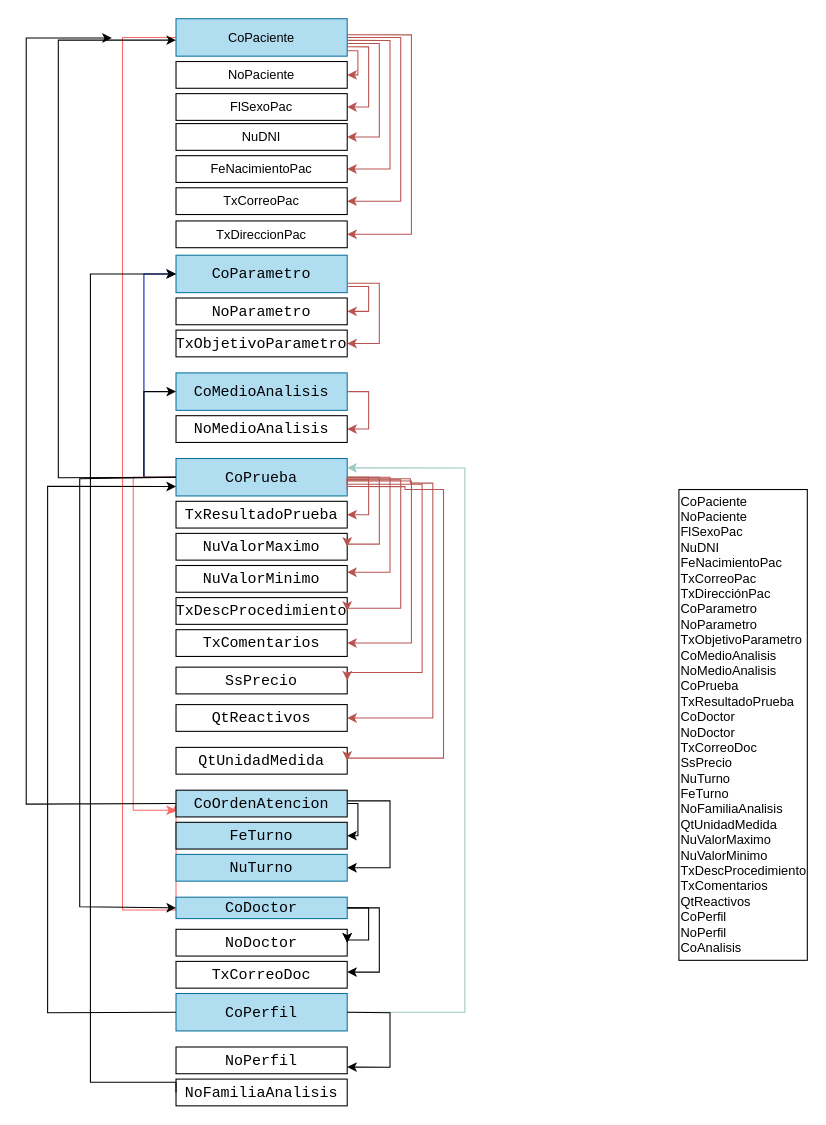
Before: page "Diagrama Funcional" (1 of 2) of Untitled Diagram.drawio in hrojasutani/test, a draw.io diagram. Source tidied: cells renumbered, new cells numbered last; positions are measured from the earlier drawing's top-left corner, leaving out a move shared by most shapes. Both pictures are drawn from the tidied source at 107%, with x=0, y=0 at pixel (26, 18).
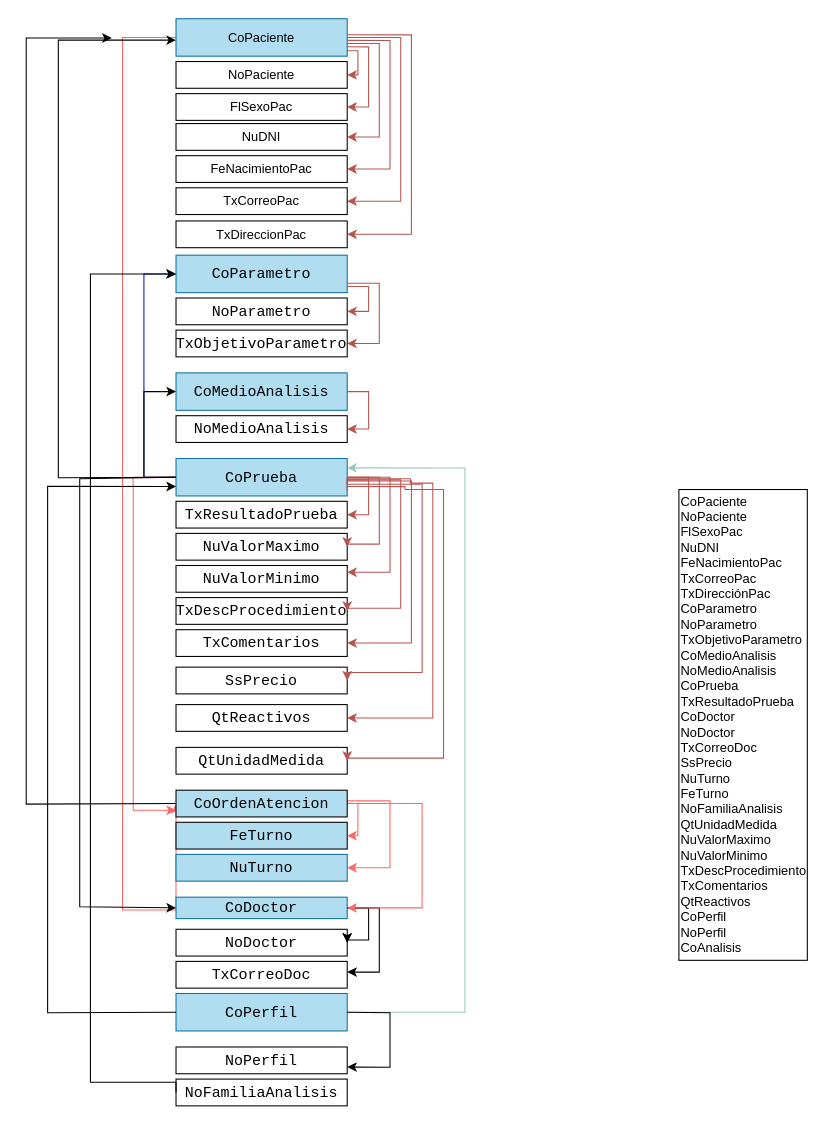
The same page after the edit.

The change refers to these unchanged cells:
```xml
<mxCell id="32" value="&lt;div style=&quot;font-family: Consolas, &amp;quot;Courier New&amp;quot;, monospace; font-size: 14px; line-height: 19px;&quot;&gt;&lt;div&gt;&lt;span style=&quot;&quot;&gt;CoDoctor&lt;/span&gt;&lt;/div&gt;&lt;/div&gt;" style="text;whiteSpace=wrap;html=1;verticalAlign=middle;align=center;labelBackgroundColor=none;fontStyle=0;strokeColor=#10739e;fillColor=#b1ddf0;" parent="1" vertex="1">
  <mxGeometry x="140" y="821" width="160" height="20" as="geometry" />
</mxCell>
<mxCell id="36" value="&lt;div style=&quot;font-family: Consolas, &amp;quot;Courier New&amp;quot;, monospace; font-size: 14px; line-height: 19px;&quot;&gt;&lt;div&gt;&lt;span style=&quot;&quot;&gt;NuTurno&lt;/span&gt;&lt;/div&gt;&lt;/div&gt;" style="text;whiteSpace=wrap;html=1;verticalAlign=middle;align=center;labelBackgroundColor=none;fontStyle=0;strokeColor=#10739E;fillColor=#B1DDF0;" parent="1" vertex="1">
  <mxGeometry x="140" y="781" width="160" height="25" as="geometry" />
</mxCell>
<mxCell id="37" value="&lt;div style=&quot;font-family: Consolas, &amp;quot;Courier New&amp;quot;, monospace; font-size: 14px; line-height: 19px;&quot;&gt;&lt;div&gt;&lt;span style=&quot;&quot;&gt;FeTurno&lt;/span&gt;&lt;/div&gt;&lt;/div&gt;" style="text;whiteSpace=wrap;html=1;verticalAlign=middle;align=center;fontColor=default;labelBackgroundColor=none;fontStyle=0;strokeColor=default;fillColor=#B1DDF0;" parent="1" vertex="1">
  <mxGeometry x="140" y="751" width="160" height="25" as="geometry" />
</mxCell>
<mxCell id="59" value="&lt;div style=&quot;font-family: Consolas, &amp;quot;Courier New&amp;quot;, monospace; font-size: 14px; line-height: 19px;&quot;&gt;&lt;div&gt;&lt;span style=&quot;&quot;&gt;CoOrdenAtencion&lt;/span&gt;&lt;/div&gt;&lt;/div&gt;" style="text;whiteSpace=wrap;html=1;verticalAlign=middle;align=center;fontColor=default;labelBackgroundColor=none;fontStyle=0;strokeColor=default;fillColor=#B1DDF0;" parent="1" vertex="1">
  <mxGeometry x="140" y="721" width="160" height="25" as="geometry" />
</mxCell>
```

Diff of the diagram source:
```diff
@@
-    <mxCell id="57" style="edgeStyle=orthogonalEdgeStyle;rounded=0;jettySize=auto;html=1;entryX=1;entryY=0.5;entryDx=0;entryDy=0;exitX=1;exitY=0.5;exitDx=0;exitDy=0;" parent="1" edge="1" source="59" target="37">
+    <mxCell id="57" style="edgeStyle=orthogonalEdgeStyle;rounded=0;jettySize=auto;html=1;entryX=1;entryY=0.5;entryDx=0;entryDy=0;exitX=1;exitY=0.5;exitDx=0;exitDy=0;strokeColor=#FF6666;" parent="1" edge="1" source="59" target="37">
       <mxGeometry relative="1" as="geometry">
         <Array as="points">
           <mxPoint x="310" y="733" />
           <mxPoint x="310" y="763" />
         </Array>
       </mxGeometry>
     </mxCell>
-    <mxCell id="58" style="edgeStyle=orthogonalEdgeStyle;rounded=0;jettySize=auto;html=1;entryX=1;entryY=0.5;entryDx=0;entryDy=0;" parent="1" edge="1" source="59" target="36">
+    <mxCell id="58" style="edgeStyle=orthogonalEdgeStyle;rounded=0;jettySize=auto;html=1;entryX=1;entryY=0.5;entryDx=0;entryDy=0;strokeColor=#FF6666;" parent="1" edge="1" source="59" target="36">
       <mxGeometry relative="1" as="geometry">
         <Array as="points">
           <mxPoint x="340" y="731" />
           <mxPoint x="340" y="794" />
         </Array>
       </mxGeometry>
     </mxCell>
+    <mxCell id="67" style="edgeStyle=orthogonalEdgeStyle;rounded=0;jettySize=auto;html=1;exitX=1;exitY=0.5;exitDx=0;exitDy=0;entryX=1;entryY=0.5;entryDx=0;entryDy=0;strokeColor=#FF6666;" parent="1" edge="1" source="59" target="32">
+      <mxGeometry relative="1" as="geometry">
+        <Array as="points">
+          <mxPoint x="370" y="734" />
+          <mxPoint x="370" y="831" />
+        </Array>
+      </mxGeometry>
+    </mxCell>
```
